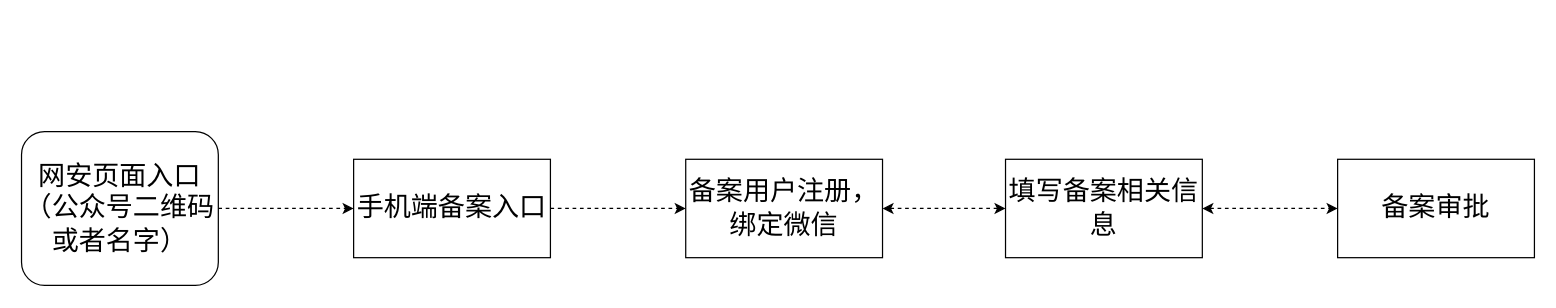
Before: page "第 3 页" (3 of 3) of 未命名表单.drawio in wilburli/draw, a draw.io diagram. Source tidied: cells renumbered, new cells numbered last; positions are measured from the earlier drawing's top-left corner, leaving out a move shared by most shapes. Both pictures are drawn from the tidied source at 123%, with x=0, y=0 at pixel (21, 130).
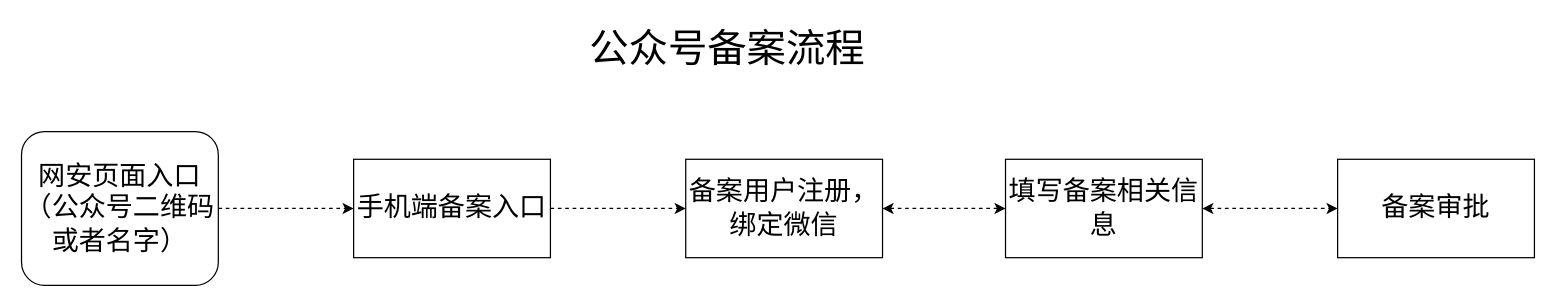
The same diagram, later.

The edit, as a diff of the source:
```diff
@@
 <mxGraphModel>
   <root>
     <mxCell id="0" />
     <mxCell id="1" parent="0" />
     <mxCell id="2" style="edgeStyle=orthogonalEdgeStyle;rounded=0;jettySize=auto;html=1;dashed=1;startArrow=none;startFill=0;fontSize=22;fontColor=#000000;" parent="1" edge="1" source="3" target="5">
       <mxGeometry relative="1" as="geometry" />
     </mxCell>
     <mxCell id="3" value="手机端备案入口" style="rounded=0;whiteSpace=wrap;html=1;fontSize=22;fontColor=#000000;direction=east;flipH=1;" parent="1" vertex="1">
       <mxGeometry x="270" y="23" width="160" height="80" as="geometry" />
     </mxCell>
     <mxCell id="4" style="edgeStyle=orthogonalEdgeStyle;rounded=0;jettySize=auto;html=1;dashed=1;startArrow=classic;startFill=1;fontSize=22;fontColor=#000000;" parent="1" edge="1" source="5" target="7">
       <mxGeometry relative="1" as="geometry" />
     </mxCell>
     <mxCell id="5" value="备案用户注册，绑定微信" style="rounded=0;whiteSpace=wrap;html=1;fontSize=22;fontColor=#000000;direction=east;flipH=1;" parent="1" vertex="1">
       <mxGeometry x="540" y="23" width="160" height="80" as="geometry" />
     </mxCell>
     <mxCell id="6" style="edgeStyle=orthogonalEdgeStyle;rounded=0;jettySize=auto;html=1;dashed=1;startArrow=classic;startFill=1;fontSize=22;fontColor=#000000;" parent="1" edge="1" source="7" target="8">
       <mxGeometry relative="1" as="geometry" />
     </mxCell>
     <mxCell id="7" value="填写备案相关信息" style="rounded=0;whiteSpace=wrap;html=1;fontSize=22;fontColor=#000000;direction=east;flipH=0;" parent="1" vertex="1">
       <mxGeometry x="800" y="23" width="160" height="80" as="geometry" />
     </mxCell>
     <mxCell id="8" value="备案审批" style="rounded=0;whiteSpace=wrap;html=1;fontSize=22;fontColor=#000000;direction=east;flipH=0;" parent="1" vertex="1">
       <mxGeometry x="1070" y="23" width="160" height="80" as="geometry" />
     </mxCell>
     <mxCell id="9" style="edgeStyle=orthogonalEdgeStyle;rounded=0;jettySize=auto;html=1;dashed=1;startArrow=none;startFill=0;fontSize=22;fontColor=#000000;entryX=0;entryY=0.5;entryDx=0;entryDy=0;" parent="1" edge="1" source="10" target="3">
       <mxGeometry relative="1" as="geometry" />
     </mxCell>
     <mxCell id="10" value="&lt;span style=&quot;white-space: normal&quot;&gt;网安页面入口（公众号二维码或者名字）&lt;/span&gt;" style="rounded=1;whiteSpace=wrap;html=1;fontSize=22;fontColor=#000000;" parent="1" vertex="1">
       <mxGeometry y="0.5" width="160" height="125" as="geometry" />
     </mxCell>
+    <mxCell id="11" value="公众号备案流程" style="text;html=1;align=left;verticalAlign=top;spacingTop=-4;fontSize=32;" parent="1" vertex="1">
+      <mxGeometry x="460" y="-89.3" width="240" height="40" as="geometry" />
+    </mxCell>
   </root>
 </mxGraphModel>
```
